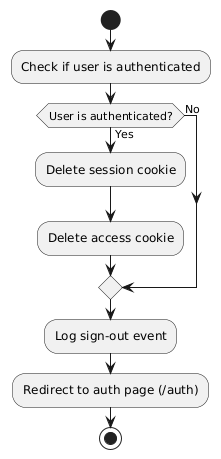
The PlantUML diagram latex/images/puml/flow-diagram-signout/flow-diagram signout.png in Carlos-err406/thesis, before a commit. Its diagram source:
```plantuml
@startuml
start
:Check if user is authenticated;
if (User is authenticated?) then (Yes)
    :Delete session cookie;
    :Delete access cookie;
else (No)
endif
    :Log sign-out event;
    :Redirect to auth page (/auth);
stop
@enduml
```
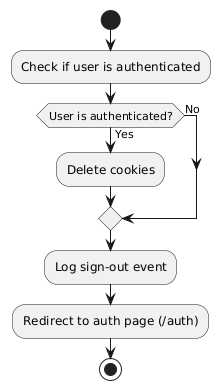
Above is the later version.

The edit, as a diff of the source:
```diff
@@ -2,8 +2,7 @@
 start
 :Check if user is authenticated;
 if (User is authenticated?) then (Yes)
-    :Delete session cookie;
-    :Delete access cookie;
+    :Delete cookies;
 else (No)
 endif
     :Log sign-out event;
```
